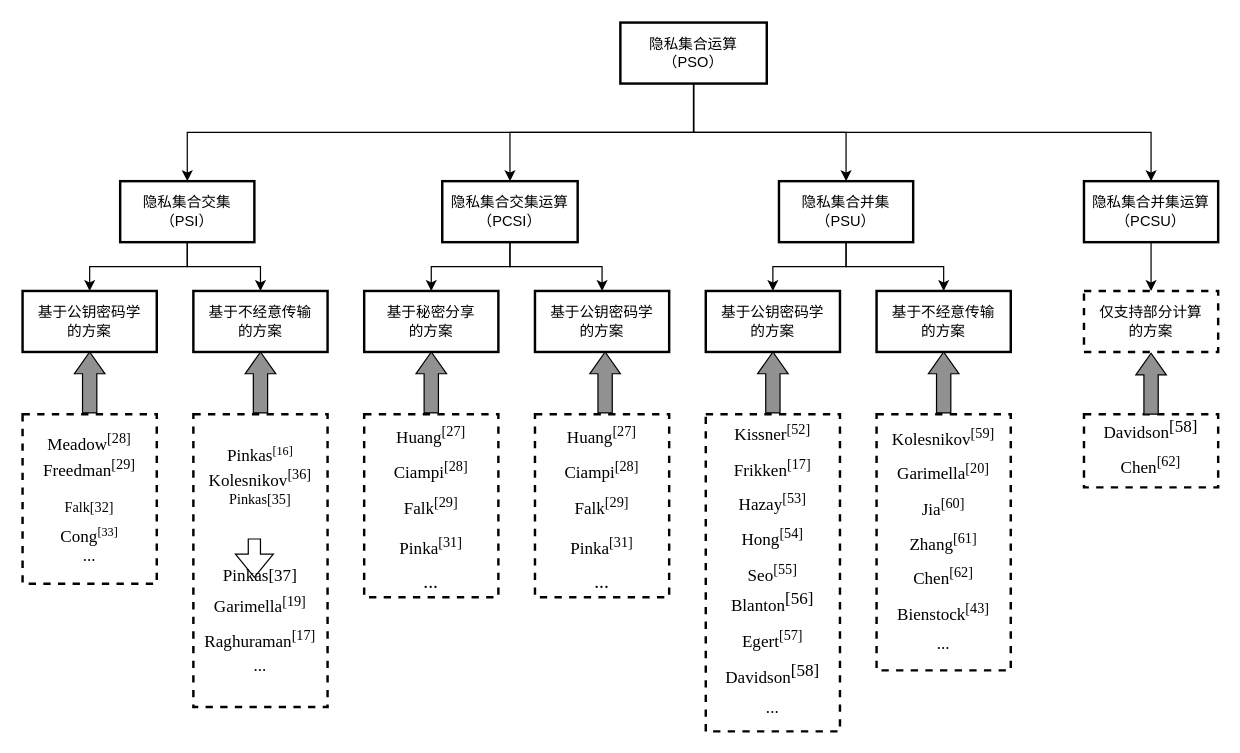
Above: 隐私集合运算技术分类.drawio in BlackMouse27/Draw_io (draw.io), before the change. Source tidied: cells renumbered, new cells numbered last; positions are measured from the earlier drawing's top-left corner, leaving out a move shared by most shapes. Both pictures are drawn from the tidied source at 122%, with x=0, y=0 at pixel (22, 22).
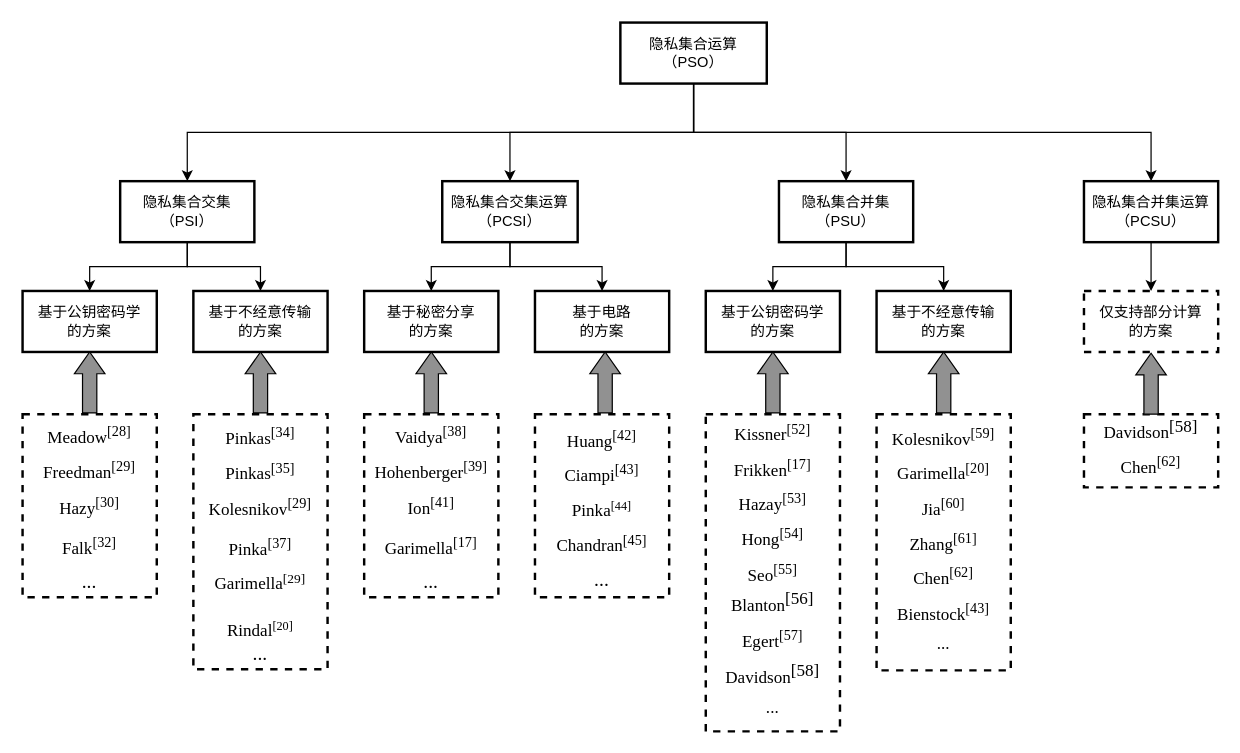
The same diagram, later.

Commit message (it also covers changes not shown here):
更新隐私集合运算技术分类.drawio

What changed in the source:
```diff
@@
-    <mxCell id="16" value="&lt;font face=&quot;Helvetica&quot;&gt;基于公钥密码学&lt;/font&gt;&lt;div&gt;&lt;font face=&quot;Helvetica&quot;&gt;的方案&lt;/font&gt;&lt;/div&gt;" style="rounded=0;whiteSpace=wrap;html=1;strokeWidth=2;" parent="1" vertex="1">
+    <mxCell id="16" value="&lt;font face=&quot;Helvetica&quot;&gt;基于电路&lt;/font&gt;&lt;div&gt;&lt;font face=&quot;Helvetica&quot;&gt;的方案&lt;/font&gt;&lt;/div&gt;" style="rounded=0;whiteSpace=wrap;html=1;strokeWidth=2;" parent="1" vertex="1">
       <mxGeometry x="420" y="220" width="110" height="50" as="geometry" />
     </mxCell>
@@
-    <mxCell id="21" value="&lt;div style=&quot;&quot;&gt;&lt;font style=&quot;font-size: 14px;&quot; face=&quot;Times New Roman&quot;&gt;&lt;span style=&quot;font-size: 14px;&quot;&gt;Meadow&lt;sup&gt;[28]&lt;/sup&gt;&lt;/span&gt;&lt;/font&gt;&lt;/div&gt;&lt;div style=&quot;&quot;&gt;&lt;font style=&quot;font-size: 14px;&quot; face=&quot;Times New Roman&quot;&gt;Freedman&lt;sup&gt;[29]&lt;/sup&gt;&lt;/font&gt;&lt;/div&gt;&lt;div style=&quot;&quot;&gt;&lt;br&gt;&lt;/div&gt;&lt;div style=&quot;&quot;&gt;&lt;font style=&quot;font-size: 14px;&quot; face=&quot;Times New Roman&quot;&gt;&lt;sup&gt;Falk[32]&lt;/sup&gt;&lt;/font&gt;&lt;/div&gt;&lt;div style=&quot;&quot;&gt;&lt;span style=&quot;font-family: &amp;quot;Times New Roman&amp;quot;; font-size: 14px;&quot;&gt;Cong&lt;/span&gt;&lt;sup style=&quot;font-family: &amp;quot;Times New Roman&amp;quot;;&quot;&gt;[33]&lt;/sup&gt;&lt;/div&gt;&lt;div style=&quot;&quot;&gt;&lt;font face=&quot;Times New Roman&quot;&gt;&lt;span style=&quot;font-size: 14px;&quot;&gt;...&lt;/span&gt;&lt;/font&gt;&lt;/div&gt;&lt;span style=&quot;font-family: -webkit-standard; font-size: medium; text-align: start;&quot;&gt;&lt;/span&gt;" style="rounded=0;whiteSpace=wrap;html=1;strokeWidth=2;align=center;dashed=1;" parent="1" vertex="1">
-      <mxGeometry y="321" width="110" height="139" as="geometry" />
-    </mxCell>
-    <mxCell id="22" value="&lt;div style=&quot;&quot;&gt;&lt;span style=&quot;font-size: 14px; font-family: &amp;quot;Times New Roman&amp;quot;;&quot;&gt;Pinkas&lt;/span&gt;&lt;sup style=&quot;font-family: &amp;quot;Times New Roman&amp;quot;;&quot;&gt;[16]&lt;/sup&gt;&lt;br&gt;&lt;/div&gt;&lt;font face=&quot;Times New Roman&quot; style=&quot;font-size: 14px;&quot;&gt;&lt;span style=&quot;text-align: start;&quot;&gt;&lt;/span&gt;&lt;/font&gt;&lt;div style=&quot;&quot;&gt;&lt;span style=&quot;text-align: start;&quot;&gt;&lt;font face=&quot;Times New Roman&quot; style=&quot;font-size: 14px;&quot;&gt;Kolesnikov&lt;sup&gt;[36]&lt;/sup&gt;&lt;/font&gt;&lt;/span&gt;&lt;/div&gt;&lt;div style=&quot;&quot;&gt;&lt;span style=&quot;text-align: start;&quot;&gt;&lt;font face=&quot;Times New Roman&quot; style=&quot;font-size: 14px;&quot;&gt;&lt;sup&gt;Pinkas[35]&lt;/sup&gt;&lt;/font&gt;&lt;/span&gt;&lt;/div&gt;&lt;div style=&quot;&quot;&gt;&lt;span style=&quot;text-align: start;&quot;&gt;&lt;font face=&quot;Times New Roman&quot; style=&quot;font-size: 14px;&quot;&gt;&lt;br&gt;&lt;/font&gt;&lt;/span&gt;&lt;/div&gt;&lt;div style=&quot;&quot;&gt;&lt;span style=&quot;text-align: start; line-height: 24px;&quot; lang=&quot;EN-US&quot;&gt;&lt;font face=&quot;Times New Roman&quot; style=&quot;font-size: 14px;&quot;&gt;&lt;br&gt;&lt;/font&gt;&lt;/span&gt;&lt;/div&gt;&lt;div style=&quot;&quot;&gt;&lt;font face=&quot;Times New Roman&quot; style=&quot;font-size: 14px;&quot;&gt;&lt;span style=&quot;text-align: start;&quot;&gt;Pinkas[37]&lt;/span&gt;&lt;/font&gt;&lt;/div&gt;&lt;div style=&quot;&quot;&gt;&lt;span style=&quot;text-align: start; line-height: 24px;&quot; lang=&quot;EN-US&quot;&gt;&lt;font face=&quot;Times New Roman&quot; style=&quot;font-size: 14px;&quot;&gt;&lt;span style=&quot;line-height: 24px;&quot; lang=&quot;EN-US&quot;&gt;Garimella&lt;sup&gt;[19]&lt;/sup&gt;&lt;/span&gt;&lt;br&gt;&lt;/font&gt;&lt;/span&gt;&lt;/div&gt;&lt;div style=&quot;&quot;&gt;&lt;span style=&quot;text-align: start; line-height: 24px;&quot; lang=&quot;EN-US&quot;&gt;&lt;span style=&quot;line-height: 24px;&quot; lang=&quot;EN-US&quot;&gt;&lt;font face=&quot;Times New Roman&quot; style=&quot;font-size: 14px;&quot;&gt;&lt;span style=&quot;line-height: 24px;&quot; lang=&quot;EN-US&quot;&gt;Raghuraman&lt;sup&gt;[17]&lt;/sup&gt;&lt;/span&gt;&lt;br&gt;&lt;/font&gt;&lt;/span&gt;&lt;/span&gt;&lt;/div&gt;&lt;div style=&quot;&quot;&gt;&lt;font face=&quot;Times New Roman&quot; style=&quot;font-size: 14px;&quot;&gt;...&lt;/font&gt;&lt;br&gt;&lt;/div&gt;&lt;span style=&quot;font-family: -webkit-standard; font-size: medium; text-align: start;&quot;&gt;&lt;/span&gt;" style="rounded=0;whiteSpace=wrap;html=1;strokeWidth=2;align=center;dashed=1;" parent="1" vertex="1">
-      <mxGeometry x="140" y="321" width="110" height="240" as="geometry" />
-    </mxCell>
@@
-    <mxCell id="24" value="&lt;div style=&quot;&quot;&gt;&lt;font style=&quot;font-size: 14px;&quot; face=&quot;Times New Roman&quot;&gt;&lt;span lang=&quot;EN-US&quot; style=&quot;line-height: 24px;&quot;&gt;Huang&lt;sup&gt;[27]&lt;/sup&gt;&lt;/span&gt;&lt;/font&gt;&lt;/div&gt;&lt;div style=&quot;&quot;&gt;&lt;font style=&quot;font-size: 14px;&quot; face=&quot;Times New Roman&quot;&gt;&lt;span lang=&quot;EN-US&quot; style=&quot;text-align: start; line-height: 24px;&quot;&gt;&lt;font&gt;Ciampi&lt;sup&gt;[28]&lt;/sup&gt;&lt;/font&gt;&lt;/span&gt;&lt;span lang=&quot;EN-US&quot; style=&quot;line-height: 24px;&quot;&gt;&lt;br&gt;&lt;/span&gt;&lt;/font&gt;&lt;/div&gt;&lt;div style=&quot;&quot;&gt;&lt;span lang=&quot;EN-US&quot; style=&quot;text-align: start; line-height: 24px;&quot;&gt;&lt;sup&gt;&lt;font style=&quot;font-size: 14px;&quot; face=&quot;Times New Roman&quot;&gt;Falk&lt;sup&gt;[29]&lt;/sup&gt;&lt;/font&gt;&lt;/sup&gt;&lt;/span&gt;&lt;/div&gt;&lt;div style=&quot;&quot;&gt;&lt;span lang=&quot;EN-US&quot; style=&quot;text-align: start; line-height: 24px;&quot;&gt;&lt;sup&gt;&lt;font style=&quot;font-size: 14px;&quot; face=&quot;Times New Roman&quot;&gt;Pinka&lt;sup&gt;[31]&lt;/sup&gt;&lt;/font&gt;&lt;/sup&gt;&lt;/span&gt;&lt;/div&gt;&lt;div style=&quot;&quot;&gt;&lt;font size=&quot;3&quot; face=&quot;Times New Roman&quot;&gt;...&lt;/font&gt;&lt;br&gt;&lt;/div&gt;&lt;span style=&quot;font-family: -webkit-standard; font-size: medium; text-align: start;&quot;&gt;&lt;/span&gt;" style="rounded=0;whiteSpace=wrap;html=1;strokeWidth=2;align=center;dashed=1;" parent="1" vertex="1">
+    <mxCell id="24" value="&lt;div style=&quot;&quot;&gt;&lt;font style=&quot;font-size: 14px;&quot; face=&quot;Times New Roman&quot;&gt;&lt;span lang=&quot;EN-US&quot; style=&quot;line-height: 24px;&quot;&gt;Huang&lt;sup&gt;[42]&lt;/sup&gt;&lt;/span&gt;&lt;/font&gt;&lt;/div&gt;&lt;div style=&quot;&quot;&gt;&lt;font style=&quot;font-size: 14px;&quot; face=&quot;Times New Roman&quot;&gt;&lt;span lang=&quot;EN-US&quot; style=&quot;text-align: start; line-height: 24px;&quot;&gt;&lt;font&gt;Ciampi&lt;sup&gt;[43]&lt;/sup&gt;&lt;/font&gt;&lt;/span&gt;&lt;span lang=&quot;EN-US&quot; style=&quot;line-height: 24px;&quot;&gt;&lt;br&gt;&lt;/span&gt;&lt;/font&gt;&lt;/div&gt;&lt;div style=&quot;&quot;&gt;&lt;span style=&quot;font-family: &amp;quot;Times New Roman&amp;quot;; font-size: 14px; text-align: start;&quot;&gt;Pinka&lt;/span&gt;&lt;sup style=&quot;font-family: &amp;quot;Times New Roman&amp;quot;; text-align: start;&quot;&gt;[44]&lt;/sup&gt;&lt;font style=&quot;font-size: 14px;&quot; face=&quot;Times New Roman&quot;&gt;&lt;span lang=&quot;EN-US&quot; style=&quot;text-align: start; line-height: 24px;&quot;&gt;&lt;font&gt;&lt;sup&gt;&lt;br&gt;&lt;/sup&gt;&lt;/font&gt;&lt;/span&gt;&lt;/font&gt;&lt;/div&gt;&lt;div style=&quot;&quot;&gt;&lt;span lang=&quot;EN-US&quot; style=&quot;text-align: start; line-height: 24px;&quot;&gt;&lt;sup&gt;&lt;font style=&quot;font-size: 14px;&quot; face=&quot;Times New Roman&quot;&gt;Chandran&lt;sup&gt;[45]&lt;/sup&gt;&lt;/font&gt;&lt;/sup&gt;&lt;/span&gt;&lt;/div&gt;&lt;div style=&quot;&quot;&gt;&lt;font size=&quot;3&quot; face=&quot;Times New Roman&quot;&gt;...&lt;/font&gt;&lt;br&gt;&lt;/div&gt;&lt;span style=&quot;font-family: -webkit-standard; font-size: medium; text-align: start;&quot;&gt;&lt;/span&gt;" style="rounded=0;whiteSpace=wrap;html=1;strokeWidth=2;align=center;dashed=1;" parent="1" vertex="1">
       <mxGeometry x="420" y="321" width="110" height="150" as="geometry" />
     </mxCell>
-    <mxCell id="25" value="&lt;div style=&quot;&quot;&gt;&lt;font style=&quot;font-size: 14px;&quot; face=&quot;Times New Roman&quot;&gt;&lt;span lang=&quot;EN-US&quot; style=&quot;line-height: 24px;&quot;&gt;Huang&lt;sup&gt;[27]&lt;/sup&gt;&lt;/span&gt;&lt;/font&gt;&lt;/div&gt;&lt;div style=&quot;&quot;&gt;&lt;font style=&quot;font-size: 14px;&quot; face=&quot;Times New Roman&quot;&gt;&lt;span lang=&quot;EN-US&quot; style=&quot;text-align: start; line-height: 24px;&quot;&gt;&lt;font&gt;Ciampi&lt;sup&gt;[28]&lt;/sup&gt;&lt;/font&gt;&lt;/span&gt;&lt;span lang=&quot;EN-US&quot; style=&quot;line-height: 24px;&quot;&gt;&lt;br&gt;&lt;/span&gt;&lt;/font&gt;&lt;/div&gt;&lt;div style=&quot;&quot;&gt;&lt;span lang=&quot;EN-US&quot; style=&quot;text-align: start; line-height: 24px;&quot;&gt;&lt;sup&gt;&lt;font style=&quot;font-size: 14px;&quot; face=&quot;Times New Roman&quot;&gt;Falk&lt;sup&gt;[29]&lt;/sup&gt;&lt;/font&gt;&lt;/sup&gt;&lt;/span&gt;&lt;/div&gt;&lt;div style=&quot;&quot;&gt;&lt;span lang=&quot;EN-US&quot; style=&quot;text-align: start; line-height: 24px;&quot;&gt;&lt;sup&gt;&lt;font style=&quot;font-size: 14px;&quot; face=&quot;Times New Roman&quot;&gt;Pinka&lt;sup&gt;[31]&lt;/sup&gt;&lt;/font&gt;&lt;/sup&gt;&lt;/span&gt;&lt;/div&gt;&lt;div style=&quot;&quot;&gt;&lt;font size=&quot;3&quot; face=&quot;Times New Roman&quot;&gt;...&lt;/font&gt;&lt;br&gt;&lt;/div&gt;&lt;span style=&quot;font-family: -webkit-standard; font-size: medium; text-align: start;&quot;&gt;&lt;/span&gt;" style="rounded=0;whiteSpace=wrap;html=1;strokeWidth=2;align=center;dashed=1;" parent="1" vertex="1">
+    <mxCell id="25" value="&lt;div style=&quot;&quot;&gt;&lt;font style=&quot;font-size: 14px;&quot; face=&quot;Times New Roman&quot;&gt;&lt;span lang=&quot;EN-US&quot; style=&quot;line-height: 24px;&quot;&gt;Vaidya&lt;sup&gt;[38]&lt;/sup&gt;&lt;/span&gt;&lt;/font&gt;&lt;/div&gt;&lt;div style=&quot;&quot;&gt;&lt;font style=&quot;font-size: 14px;&quot; face=&quot;Times New Roman&quot;&gt;&lt;span lang=&quot;EN-US&quot; style=&quot;text-align: start; line-height: 24px;&quot;&gt;&lt;font&gt;Hohenberger&lt;sup&gt;[39]&lt;/sup&gt;&lt;/font&gt;&lt;/span&gt;&lt;span lang=&quot;EN-US&quot; style=&quot;line-height: 24px;&quot;&gt;&lt;br&gt;&lt;/span&gt;&lt;/font&gt;&lt;/div&gt;&lt;div style=&quot;&quot;&gt;&lt;span lang=&quot;EN-US&quot; style=&quot;text-align: start; line-height: 24px;&quot;&gt;&lt;sup&gt;&lt;font style=&quot;font-size: 14px;&quot; face=&quot;Times New Roman&quot;&gt;Ion&lt;sup&gt;[41]&lt;/sup&gt;&lt;/font&gt;&lt;/sup&gt;&lt;/span&gt;&lt;/div&gt;&lt;div style=&quot;&quot;&gt;&lt;span lang=&quot;EN-US&quot; style=&quot;text-align: start; line-height: 24px;&quot;&gt;&lt;sup&gt;&lt;font style=&quot;font-size: 14px;&quot; face=&quot;Times New Roman&quot;&gt;Garimella&lt;sup&gt;[17]&lt;/sup&gt;&lt;/font&gt;&lt;/sup&gt;&lt;/span&gt;&lt;/div&gt;&lt;div style=&quot;&quot;&gt;&lt;font size=&quot;3&quot; face=&quot;Times New Roman&quot;&gt;...&lt;/font&gt;&lt;br&gt;&lt;/div&gt;&lt;span style=&quot;font-family: -webkit-standard; font-size: medium; text-align: start;&quot;&gt;&lt;/span&gt;" style="rounded=0;whiteSpace=wrap;html=1;strokeWidth=2;align=center;dashed=1;" parent="1" vertex="1">
       <mxGeometry x="280" y="321" width="110" height="150" as="geometry" />
     </mxCell>
@@
-    <mxCell id="31" style="shape=flexArrow;endArrow=classic;html=1;rounded=0;" parent="1" edge="1">
-      <mxGeometry relative="1" as="geometry">
-        <mxPoint x="190" y="422.8" as="sourcePoint" />
-        <mxPoint x="190" y="455.2" as="targetPoint" />
-      </mxGeometry>
-    </mxCell>
@@
+    <mxCell id="40" value="&lt;div style=&quot;&quot;&gt;&lt;font style=&quot;font-size: 14px;&quot; face=&quot;Times New Roman&quot;&gt;&lt;span lang=&quot;EN-US&quot; style=&quot;line-height: 24px;&quot;&gt;Meadow&lt;sup&gt;[28]&lt;/sup&gt;&lt;/span&gt;&lt;/font&gt;&lt;/div&gt;&lt;div style=&quot;&quot;&gt;&lt;font style=&quot;font-size: 14px;&quot; face=&quot;Times New Roman&quot;&gt;&lt;span lang=&quot;EN-US&quot; style=&quot;text-align: start; line-height: 24px;&quot;&gt;&lt;font&gt;Freedman&lt;sup&gt;[29]&lt;/sup&gt;&lt;/font&gt;&lt;/span&gt;&lt;span lang=&quot;EN-US&quot; style=&quot;line-height: 24px;&quot;&gt;&lt;br&gt;&lt;/span&gt;&lt;/font&gt;&lt;/div&gt;&lt;div style=&quot;&quot;&gt;&lt;span lang=&quot;EN-US&quot; style=&quot;text-align: start; line-height: 24px;&quot;&gt;&lt;sup&gt;&lt;font style=&quot;font-size: 14px;&quot; face=&quot;Times New Roman&quot;&gt;Hazy&lt;sup&gt;[30]&lt;/sup&gt;&lt;/font&gt;&lt;/sup&gt;&lt;/span&gt;&lt;/div&gt;&lt;div style=&quot;&quot;&gt;&lt;span lang=&quot;EN-US&quot; style=&quot;text-align: start; line-height: 24px;&quot;&gt;&lt;sup&gt;&lt;font style=&quot;font-size: 14px;&quot; face=&quot;Times New Roman&quot;&gt;Falk&lt;sup&gt;[32]&lt;/sup&gt;&lt;/font&gt;&lt;/sup&gt;&lt;/span&gt;&lt;/div&gt;&lt;div style=&quot;&quot;&gt;&lt;font size=&quot;3&quot; face=&quot;Times New Roman&quot;&gt;...&lt;/font&gt;&lt;br&gt;&lt;/div&gt;&lt;span style=&quot;font-family: -webkit-standard; font-size: medium; text-align: start;&quot;&gt;&lt;/span&gt;" style="rounded=0;whiteSpace=wrap;html=1;strokeWidth=2;align=center;dashed=1;" parent="1" vertex="1">
+      <mxGeometry y="321" width="110" height="150" as="geometry" />
+    </mxCell>
+    <mxCell id="41" value="&lt;div style=&quot;&quot;&gt;&lt;font style=&quot;font-size: 14px;&quot; face=&quot;Times New Roman&quot;&gt;&lt;span lang=&quot;EN-US&quot; style=&quot;line-height: 24px;&quot;&gt;Pinkas&lt;sup&gt;[34]&lt;/sup&gt;&lt;/span&gt;&lt;/font&gt;&lt;/div&gt;&lt;div style=&quot;&quot;&gt;&lt;font style=&quot;font-size: 14px;&quot; face=&quot;Times New Roman&quot;&gt;&lt;span lang=&quot;EN-US&quot; style=&quot;text-align: start; line-height: 24px;&quot;&gt;&lt;font&gt;Pinkas&lt;sup&gt;[35]&lt;/sup&gt;&lt;/font&gt;&lt;/span&gt;&lt;span lang=&quot;EN-US&quot; style=&quot;line-height: 24px;&quot;&gt;&lt;br&gt;&lt;/span&gt;&lt;/font&gt;&lt;/div&gt;&lt;div style=&quot;&quot;&gt;&lt;span lang=&quot;EN-US&quot; style=&quot;text-align: start; line-height: 24px;&quot;&gt;&lt;sup&gt;&lt;font style=&quot;font-size: 14px;&quot; face=&quot;Times New Roman&quot;&gt;Kolesnikov&lt;sup&gt;[29]&lt;/sup&gt;&lt;/font&gt;&lt;/sup&gt;&lt;/span&gt;&lt;/div&gt;&lt;div style=&quot;&quot;&gt;&lt;span lang=&quot;EN-US&quot; style=&quot;text-align: start; line-height: 24px;&quot;&gt;&lt;sup&gt;&lt;font style=&quot;font-size: 14px;&quot; face=&quot;Times New Roman&quot;&gt;Pinka&lt;sup&gt;[37]&lt;/sup&gt;&lt;/font&gt;&lt;/sup&gt;&lt;/span&gt;&lt;/div&gt;&lt;div style=&quot;&quot;&gt;&lt;span style=&quot;font-family: &amp;quot;Times New Roman&amp;quot;; font-size: 14px; text-align: start;&quot;&gt;Garimella&lt;/span&gt;&lt;sup style=&quot;font-family: &amp;quot;Times New Roman&amp;quot;; text-align: start;&quot;&gt;&lt;font style=&quot;font-size: 11px;&quot;&gt;[29]&lt;/font&gt;&lt;/sup&gt;&lt;/div&gt;&lt;div style=&quot;&quot;&gt;&lt;sup style=&quot;font-family: &amp;quot;Times New Roman&amp;quot;; text-align: start;&quot;&gt;&lt;font style=&quot;font-size: 11px;&quot;&gt;&lt;br&gt;&lt;/font&gt;&lt;/sup&gt;&lt;/div&gt;&lt;div style=&quot;&quot;&gt;&lt;span style=&quot;font-family: &amp;quot;Times New Roman&amp;quot;; font-size: 14px; text-align: start;&quot;&gt;Rindal&lt;/span&gt;&lt;sup style=&quot;font-family: &amp;quot;Times New Roman&amp;quot;; text-align: start;&quot;&gt;[20]&lt;/sup&gt;&lt;sup style=&quot;font-family: &amp;quot;Times New Roman&amp;quot;; text-align: start;&quot;&gt;&lt;font style=&quot;font-size: 11px;&quot;&gt;&lt;br&gt;&lt;/font&gt;&lt;/sup&gt;&lt;/div&gt;&lt;div style=&quot;&quot;&gt;&lt;font size=&quot;3&quot; face=&quot;Times New Roman&quot;&gt;...&lt;/font&gt;&lt;br&gt;&lt;/div&gt;&lt;span style=&quot;font-family: -webkit-standard; font-size: medium; text-align: start;&quot;&gt;&lt;/span&gt;" style="rounded=0;whiteSpace=wrap;html=1;strokeWidth=2;align=center;dashed=1;" parent="1" vertex="1">
+      <mxGeometry x="140" y="321" width="110" height="209" as="geometry" />
+    </mxCell>
```
